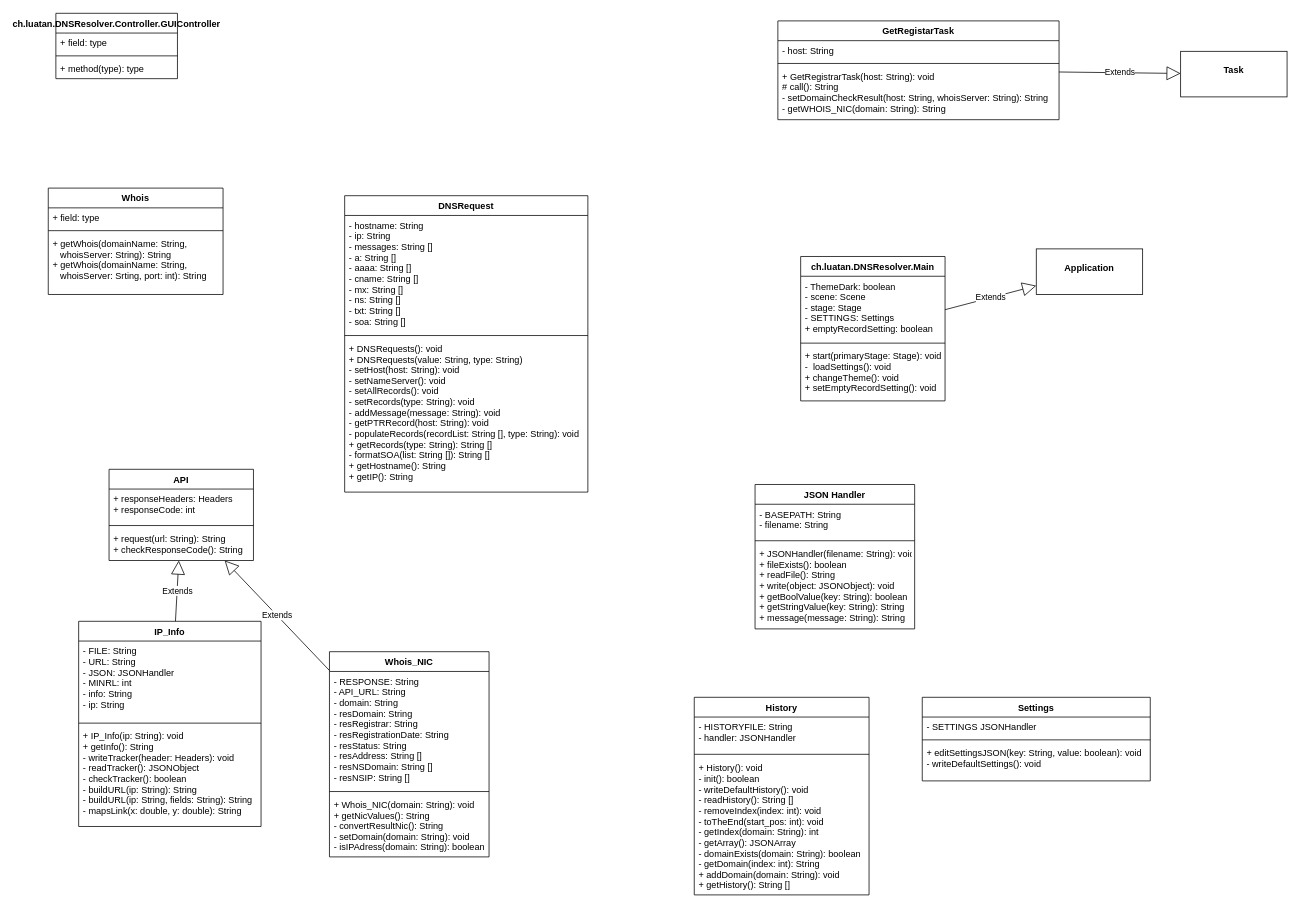
This is src/main/resources/Diagrams/DNS_Resolver.drawio from Luatan/DNSResolver, a draw.io file, before an edit. Source tidied: cells renumbered, new cells numbered last; positions are measured from the earlier drawing's top-left corner, leaving out a move shared by most shapes. Both pictures are drawn from the tidied source at 76%, with x=0, y=0 at pixel (48, 13).
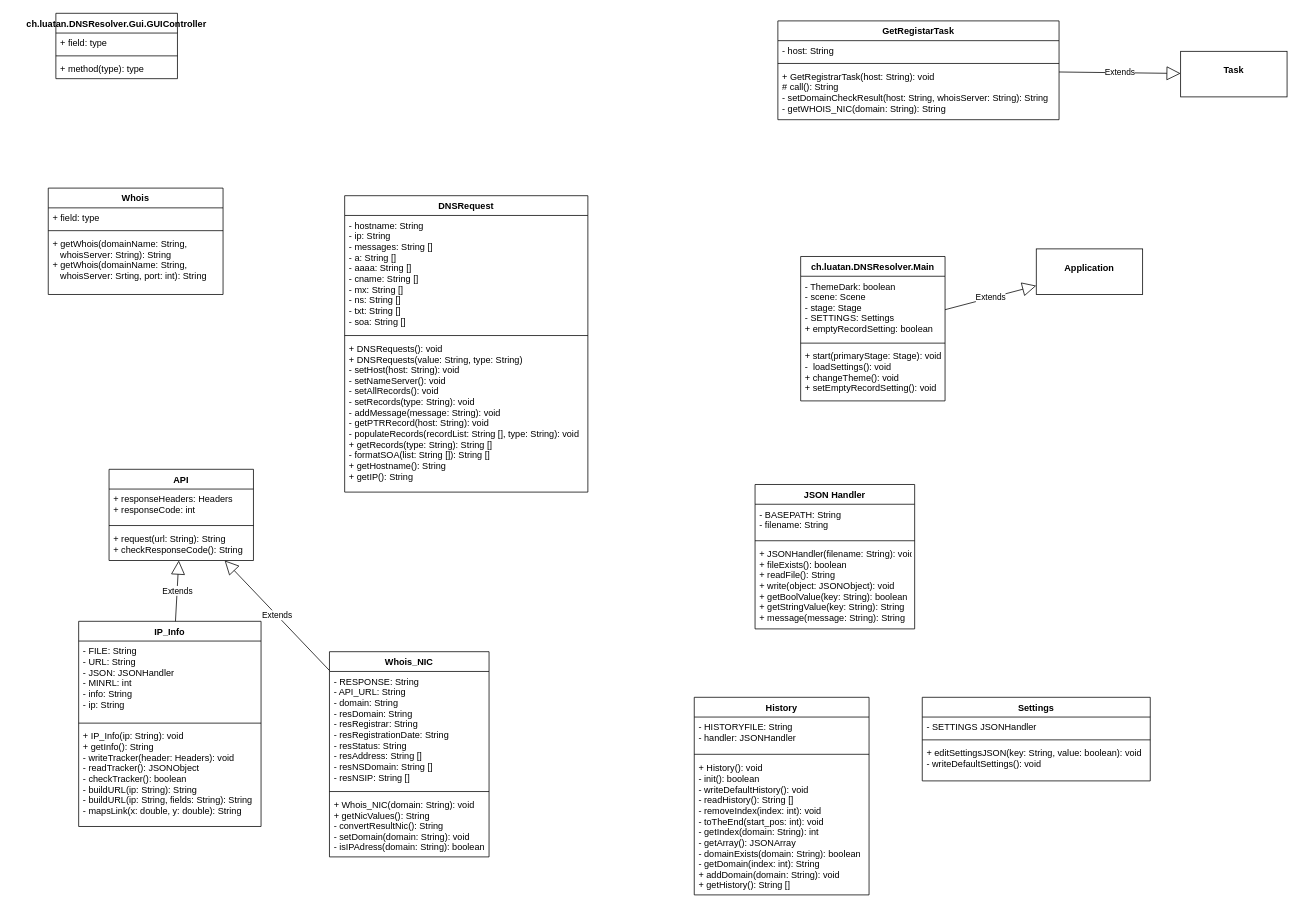
After the change.

Change to the diagram source:
```diff
@@
-    <mxCell id="18" value="ch.luatan.DNSResolver.Controller.GUIController" style="swimlane;fontStyle=1;align=center;verticalAlign=top;horizontal=1;startSize=26;" parent="1" vertex="1">
+    <mxCell id="18" value="ch.luatan.DNSResolver.Gui.GUIController" style="swimlane;fontStyle=1;align=center;verticalAlign=top;horizontal=1;startSize=26;" parent="1" vertex="1">
       <mxGeometry x="10" width="160" height="86" as="geometry" />
     </mxCell>
```
